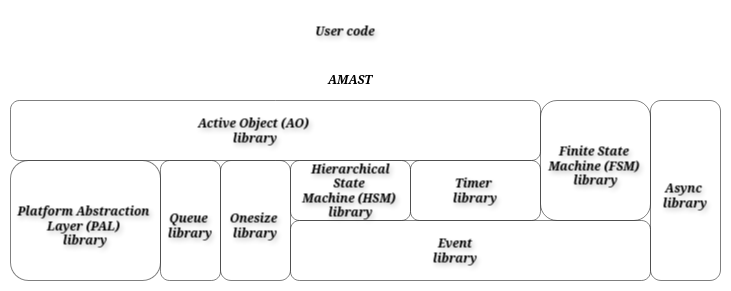
Earlier version of the draw.io export docs/amast-app-diagram.png (adel-mamin/amast). Source tidied: cells renumbered, new cells last; positions are measured from the earlier drawing's top-left corner, leaving out a move shared by most shapes.
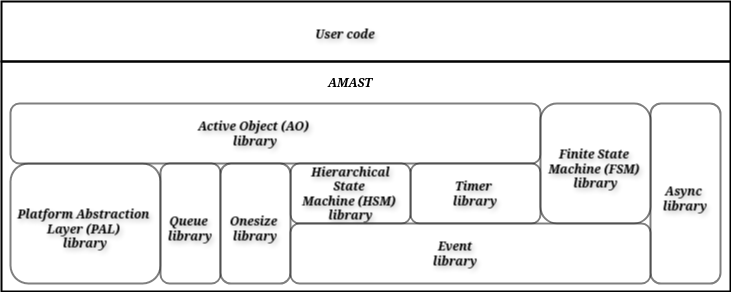
After the commit.

Commit message:
Update the architecture drawing

The edit, as a diff of the source:
```diff
@@ -1,71 +1,71 @@
-<mxGraphModel>
+<mxGraphModel background="light-dark(#FFFFFF,#FFFFFF)">
   <root>
     <mxCell id="0" />
     <mxCell id="1" parent="0" />
-    <mxCell id="2" style="rounded=1;whiteSpace=wrap;html=1;fillColor=light-dark(#FFFFFF,#33FFFF);strokeColor=light-dark(#000000,#000000);fontFamily=Comic Sans MS;fontColor=light-dark(#000000,#000000);textShadow=1;fontStyle=3;fontSize=12;opacity=50;" parent="1" vertex="1">
+    <mxCell id="2" style="rounded=1;whiteSpace=wrap;html=1;fillColor=light-dark(#FFFFFF,#33FFFF);strokeColor=light-dark(#000000,#000000);fontFamily=Comic Sans MS;fontColor=light-dark(#000000,#000000);textShadow=1;fontStyle=3;fontSize=12;opacity=50;strokeWidth=2;" parent="1" vertex="1">
       <mxGeometry x="10" y="160" width="150" height="120" as="geometry" />
     </mxCell>
-    <mxCell id="3" value="&lt;div&gt;Platform Abstraction&amp;nbsp;&lt;/div&gt;&lt;div&gt;Layer (PAL)&amp;nbsp;&lt;/div&gt;&lt;div&gt;library&lt;/div&gt;" style="text;strokeColor=none;align=center;fillColor=none;html=1;verticalAlign=middle;whiteSpace=wrap;rounded=1;fontFamily=Comic Sans MS;fontColor=light-dark(#000000,#000000);textShadow=1;fontStyle=3;fontSize=12;opacity=50;" parent="1" vertex="1">
+    <mxCell id="3" value="&lt;div&gt;Platform Abstraction&amp;nbsp;&lt;/div&gt;&lt;div&gt;Layer (PAL)&amp;nbsp;&lt;/div&gt;&lt;div&gt;library&lt;/div&gt;" style="text;strokeColor=none;align=center;fillColor=none;html=1;verticalAlign=middle;whiteSpace=wrap;rounded=1;fontFamily=Comic Sans MS;fontColor=light-dark(#000000,#000000);textShadow=1;fontStyle=3;fontSize=12;opacity=50;strokeWidth=2;" parent="1" vertex="1">
       <mxGeometry x="10" y="210" width="150" height="30" as="geometry" />
     </mxCell>
-    <mxCell id="4" style="rounded=1;whiteSpace=wrap;html=1;fillColor=light-dark(#FFFFFF,#FF0080);strokeColor=light-dark(#000000,#000000);fontFamily=Comic Sans MS;fontColor=light-dark(#000000,#000000);textShadow=1;fontStyle=3;fontSize=12;opacity=50;" parent="1" vertex="1">
+    <mxCell id="4" style="rounded=1;whiteSpace=wrap;html=1;fillColor=light-dark(#FFFFFF,#FF0080);strokeColor=light-dark(#000000,#000000);fontFamily=Comic Sans MS;fontColor=light-dark(#000000,#000000);textShadow=1;fontStyle=3;fontSize=12;opacity=50;strokeWidth=2;" parent="1" vertex="1">
       <mxGeometry x="10" y="100" width="530" height="60" as="geometry" />
     </mxCell>
-    <mxCell id="5" value="&lt;div&gt;Active Object (AO)&amp;nbsp;&lt;/div&gt;&lt;div&gt;library&lt;/div&gt;" style="text;strokeColor=none;align=center;fillColor=none;html=1;verticalAlign=middle;whiteSpace=wrap;rounded=1;fontFamily=Comic Sans MS;fontColor=light-dark(#000000,#000000);textShadow=1;fontStyle=3;fontSize=12;opacity=50;" parent="1" vertex="1">
+    <mxCell id="5" value="&lt;div&gt;Active Object (AO)&amp;nbsp;&lt;/div&gt;&lt;div&gt;library&lt;/div&gt;" style="text;strokeColor=none;align=center;fillColor=none;html=1;verticalAlign=middle;whiteSpace=wrap;rounded=1;fontFamily=Comic Sans MS;fontColor=light-dark(#000000,#000000);textShadow=1;fontStyle=3;fontSize=12;opacity=50;strokeWidth=2;" parent="1" vertex="1">
       <mxGeometry x="130" y="115" width="250" height="30" as="geometry" />
     </mxCell>
-    <mxCell id="6" style="rounded=1;whiteSpace=wrap;html=1;fillColor=light-dark(#FFFFFF,#F19C99);strokeColor=light-dark(#000000,#000000);fontFamily=Comic Sans MS;fontColor=light-dark(#000000,#000000);textShadow=1;fontStyle=3;fontSize=12;opacity=50;" parent="1" vertex="1">
+    <mxCell id="6" style="rounded=1;whiteSpace=wrap;html=1;fillColor=light-dark(#FFFFFF,#F19C99);strokeColor=light-dark(#000000,#000000);fontFamily=Comic Sans MS;fontColor=light-dark(#000000,#000000);textShadow=1;fontStyle=3;fontSize=12;opacity=50;strokeWidth=2;" parent="1" vertex="1">
       <mxGeometry x="410" y="160" width="130" height="60" as="geometry" />
     </mxCell>
-    <mxCell id="7" value="&lt;div&gt;Timer&amp;nbsp;&lt;/div&gt;&lt;div&gt;library&lt;/div&gt;" style="text;strokeColor=none;align=center;fillColor=none;html=1;verticalAlign=middle;whiteSpace=wrap;rounded=1;fontFamily=Comic Sans MS;fontColor=light-dark(#000000,#000000);textShadow=1;fontStyle=3;fontSize=12;opacity=50;" parent="1" vertex="1">
+    <mxCell id="7" value="&lt;div&gt;Timer&amp;nbsp;&lt;/div&gt;&lt;div&gt;library&lt;/div&gt;" style="text;strokeColor=none;align=center;fillColor=none;html=1;verticalAlign=middle;whiteSpace=wrap;rounded=1;fontFamily=Comic Sans MS;fontColor=light-dark(#000000,#000000);textShadow=1;fontStyle=3;fontSize=12;opacity=50;strokeWidth=2;" parent="1" vertex="1">
       <mxGeometry x="450" y="175" width="50" height="30" as="geometry" />
     </mxCell>
-    <mxCell id="8" style="rounded=1;whiteSpace=wrap;html=1;fillColor=light-dark(#FFFFFF,#E5CCFF);strokeColor=light-dark(#000000,#000000);fontFamily=Comic Sans MS;fontColor=light-dark(#000000,#000000);textShadow=1;fontStyle=3;fontSize=12;opacity=50;" parent="1" vertex="1">
+    <mxCell id="8" style="rounded=1;whiteSpace=wrap;html=1;fillColor=light-dark(#FFFFFF,#E5CCFF);strokeColor=light-dark(#000000,#000000);fontFamily=Comic Sans MS;fontColor=light-dark(#000000,#000000);textShadow=1;fontStyle=3;fontSize=12;opacity=50;strokeWidth=2;" parent="1" vertex="1">
       <mxGeometry x="290" y="160" width="120" height="60" as="geometry" />
     </mxCell>
-    <mxCell id="9" value="&lt;div&gt;Hierarchical State&amp;nbsp;&lt;/div&gt;&lt;div&gt;Machine (HSM)&amp;nbsp;&lt;/div&gt;&lt;div&gt;library&lt;/div&gt;" style="text;strokeColor=none;align=center;fillColor=none;html=1;verticalAlign=middle;whiteSpace=wrap;rounded=1;fontFamily=Comic Sans MS;fontColor=light-dark(#000000,#000000);textShadow=1;fontStyle=3;fontSize=12;opacity=50;" parent="1" vertex="1">
+    <mxCell id="9" value="&lt;div&gt;Hierarchical State&amp;nbsp;&lt;/div&gt;&lt;div&gt;Machine (HSM)&amp;nbsp;&lt;/div&gt;&lt;div&gt;library&lt;/div&gt;" style="text;strokeColor=none;align=center;fillColor=none;html=1;verticalAlign=middle;whiteSpace=wrap;rounded=1;fontFamily=Comic Sans MS;fontColor=light-dark(#000000,#000000);textShadow=1;fontStyle=3;fontSize=12;opacity=50;strokeWidth=2;" parent="1" vertex="1">
       <mxGeometry x="297.5" y="175" width="105" height="30" as="geometry" />
     </mxCell>
-    <mxCell id="10" style="rounded=1;whiteSpace=wrap;html=1;fillColor=light-dark(#FFFFFF,#CDA2BE);strokeColor=light-dark(#000000,#000000);fontFamily=Comic Sans MS;fontColor=light-dark(#000000,#000000);textShadow=1;fontStyle=3;fontSize=12;opacity=50;" parent="1" vertex="1">
+    <mxCell id="10" style="rounded=1;whiteSpace=wrap;html=1;fillColor=light-dark(#FFFFFF,#CDA2BE);strokeColor=light-dark(#000000,#000000);fontFamily=Comic Sans MS;fontColor=light-dark(#000000,#000000);textShadow=1;fontStyle=3;fontSize=12;opacity=50;strokeWidth=2;" parent="1" vertex="1">
       <mxGeometry x="650" y="100" width="70" height="180" as="geometry" />
     </mxCell>
-    <mxCell id="11" value="&lt;div&gt;Async&amp;nbsp;&lt;/div&gt;&lt;div&gt;library&lt;/div&gt;" style="text;strokeColor=none;align=center;fillColor=none;html=1;verticalAlign=middle;whiteSpace=wrap;rounded=1;fontFamily=Comic Sans MS;fontColor=light-dark(#000000,#000000);textShadow=1;fontStyle=3;fontSize=12;opacity=50;" parent="1" vertex="1">
+    <mxCell id="11" value="&lt;div&gt;Async&amp;nbsp;&lt;/div&gt;&lt;div&gt;library&lt;/div&gt;" style="text;strokeColor=none;align=center;fillColor=none;html=1;verticalAlign=middle;whiteSpace=wrap;rounded=1;fontFamily=Comic Sans MS;fontColor=light-dark(#000000,#000000);textShadow=1;fontStyle=3;fontSize=12;opacity=50;strokeWidth=2;" parent="1" vertex="1">
       <mxGeometry x="660" y="180" width="50" height="30" as="geometry" />
     </mxCell>
-    <mxCell id="12" style="rounded=1;whiteSpace=wrap;html=1;fillColor=light-dark(#FFFFFF,#B266FF);strokeColor=light-dark(#000000,#000000);fontFamily=Comic Sans MS;fontColor=light-dark(#000000,#000000);textShadow=1;fontStyle=3;fontSize=12;opacity=50;" parent="1" vertex="1">
+    <mxCell id="12" style="rounded=1;whiteSpace=wrap;html=1;fillColor=light-dark(#FFFFFF,#B266FF);strokeColor=light-dark(#000000,#000000);fontFamily=Comic Sans MS;fontColor=light-dark(#000000,#000000);textShadow=1;fontStyle=3;fontSize=12;opacity=50;strokeWidth=2;" parent="1" vertex="1">
       <mxGeometry x="160" y="160" width="60" height="120" as="geometry" />
     </mxCell>
-    <mxCell id="13" value="&lt;div&gt;Queue&amp;nbsp;&lt;/div&gt;&lt;div&gt;library&lt;/div&gt;" style="text;strokeColor=none;align=center;fillColor=none;html=1;verticalAlign=middle;whiteSpace=wrap;rounded=1;fontFamily=Comic Sans MS;fontColor=light-dark(#000000,#000000);textShadow=1;fontStyle=3;fontSize=12;opacity=50;" parent="1" vertex="1">
+    <mxCell id="13" value="&lt;div&gt;Queue&amp;nbsp;&lt;/div&gt;&lt;div&gt;library&lt;/div&gt;" style="text;strokeColor=none;align=center;fillColor=none;html=1;verticalAlign=middle;whiteSpace=wrap;rounded=1;fontFamily=Comic Sans MS;fontColor=light-dark(#000000,#000000);textShadow=1;fontStyle=3;fontSize=12;opacity=50;strokeWidth=2;" parent="1" vertex="1">
       <mxGeometry x="160" y="210" width="60" height="30" as="geometry" />
     </mxCell>
-    <mxCell id="14" style="rounded=1;whiteSpace=wrap;html=1;fillColor=light-dark(#FFFFFF,#33FF99);strokeColor=light-dark(#000000,#000000);fontFamily=Comic Sans MS;fontColor=light-dark(#000000,#000000);textShadow=1;fontStyle=3;fontSize=12;opacity=50;" parent="1" vertex="1">
+    <mxCell id="14" style="rounded=1;whiteSpace=wrap;html=1;fillColor=light-dark(#FFFFFF,#33FF99);strokeColor=light-dark(#000000,#000000);fontFamily=Comic Sans MS;fontColor=light-dark(#000000,#000000);textShadow=1;fontStyle=3;fontSize=12;opacity=50;strokeWidth=2;" parent="1" vertex="1">
       <mxGeometry x="220" y="160" width="70" height="120" as="geometry" />
     </mxCell>
-    <mxCell id="15" value="&lt;div&gt;Onesize&amp;nbsp;&lt;/div&gt;&lt;div&gt;library &lt;/div&gt;" style="text;strokeColor=none;align=center;fillColor=none;html=1;verticalAlign=middle;whiteSpace=wrap;rounded=1;fontFamily=Comic Sans MS;fontColor=light-dark(#000000,#000000);textShadow=1;fontStyle=3;fontSize=12;opacity=50;" parent="1" vertex="1">
+    <mxCell id="15" value="&lt;div&gt;Onesize&amp;nbsp;&lt;/div&gt;&lt;div&gt;library &lt;/div&gt;" style="text;strokeColor=none;align=center;fillColor=none;html=1;verticalAlign=middle;whiteSpace=wrap;rounded=1;fontFamily=Comic Sans MS;fontColor=light-dark(#000000,#000000);textShadow=1;fontStyle=3;fontSize=12;opacity=50;strokeWidth=2;" parent="1" vertex="1">
       <mxGeometry x="220" y="210" width="70" height="30" as="geometry" />
     </mxCell>
-    <mxCell id="16" style="rounded=1;whiteSpace=wrap;html=1;fillColor=light-dark(#FFFFFF,#CCCC00);strokeColor=light-dark(#000000,#000000);fontFamily=Comic Sans MS;fontColor=light-dark(#000000,#000000);textShadow=1;fontStyle=3;fontSize=12;opacity=50;" parent="1" vertex="1">
+    <mxCell id="16" style="rounded=1;whiteSpace=wrap;html=1;fillColor=light-dark(#FFFFFF,#CCCC00);strokeColor=light-dark(#000000,#000000);fontFamily=Comic Sans MS;fontColor=light-dark(#000000,#000000);textShadow=1;fontStyle=3;fontSize=12;opacity=50;strokeWidth=2;" parent="1" vertex="1">
       <mxGeometry x="540" y="100" width="110" height="120" as="geometry" />
     </mxCell>
-    <mxCell id="17" value="&lt;div&gt;Finite State&amp;nbsp;&lt;/div&gt;&lt;div&gt;Machine (FSM)&amp;nbsp;&lt;/div&gt;&lt;div&gt;library&lt;/div&gt;" style="text;strokeColor=none;align=center;fillColor=light-dark(#FFFFFF,#66FFFF);html=1;verticalAlign=middle;whiteSpace=wrap;rounded=1;fontFamily=Comic Sans MS;fontColor=light-dark(#000000,#000000);textShadow=1;fontStyle=3;fontSize=12;opacity=0;" parent="1" vertex="1">
+    <mxCell id="17" value="&lt;div&gt;Finite State&amp;nbsp;&lt;/div&gt;&lt;div&gt;Machine (FSM)&amp;nbsp;&lt;/div&gt;&lt;div&gt;library&lt;/div&gt;" style="text;strokeColor=none;align=center;fillColor=light-dark(#FFFFFF,#66FFFF);html=1;verticalAlign=middle;whiteSpace=wrap;rounded=1;fontFamily=Comic Sans MS;fontColor=light-dark(#000000,#000000);textShadow=1;fontStyle=3;fontSize=12;opacity=0;strokeWidth=2;" parent="1" vertex="1">
       <mxGeometry x="542.5" y="150" width="105" height="30" as="geometry" />
     </mxCell>
-    <mxCell id="18" style="rounded=0;whiteSpace=wrap;html=1;fillColor=light-dark(#FFFFFF,#A9C4EB);strokeColor=none;fontFamily=Comic Sans MS;fontColor=#000000;textShadow=1;fontStyle=3;fontSize=12;glass=0;" parent="1" vertex="1">
-      <mxGeometry width="730" height="60" as="geometry" />
+    <mxCell id="18" style="rounded=0;whiteSpace=wrap;html=1;fillColor=light-dark(#FFFFFF,#A9C4EB);strokeColor=light-dark(#000000,#000000);fontFamily=Comic Sans MS;fontColor=#000000;textShadow=1;fontStyle=3;fontSize=12;glass=0;strokeWidth=2;" parent="1" vertex="1">
+      <mxGeometry x="1" y="-2" width="729" height="60" as="geometry" />
     </mxCell>
     <mxCell id="19" value="User code" style="text;align=center;html=1;verticalAlign=middle;whiteSpace=wrap;rounded=1;fontFamily=Comic Sans MS;fontColor=light-dark(#000000,#000000);textShadow=1;fontStyle=3;fontSize=12;glass=0;fillColor=none;strokeColor=none;" parent="1" vertex="1">
       <mxGeometry x="290" y="15" width="110" height="30" as="geometry" />
     </mxCell>
-    <mxCell id="20" style="rounded=1;whiteSpace=wrap;html=1;fillColor=light-dark(#FFFFFF,#007FFF);strokeColor=light-dark(#000000,#000000);fontFamily=Comic Sans MS;fontColor=light-dark(#000000,#000000);textShadow=1;fontStyle=3;fontSize=12;opacity=50;" parent="1" vertex="1">
+    <mxCell id="20" style="rounded=1;whiteSpace=wrap;html=1;fillColor=light-dark(#FFFFFF,#007FFF);strokeColor=light-dark(#000000,#000000);fontFamily=Comic Sans MS;fontColor=light-dark(#000000,#000000);textShadow=1;fontStyle=3;fontSize=12;opacity=50;strokeWidth=2;" parent="1" vertex="1">
       <mxGeometry x="290" y="220" width="360" height="60" as="geometry" />
     </mxCell>
-    <mxCell id="21" value="&lt;div&gt;Event&lt;/div&gt;&lt;div&gt;library&lt;/div&gt;" style="text;strokeColor=none;align=center;fillColor=light-dark(#FFFFFF,#007FFF);html=1;verticalAlign=middle;whiteSpace=wrap;rounded=1;fontFamily=Comic Sans MS;fontColor=light-dark(#000000,#000000);textShadow=1;fontStyle=3;fontSize=12;opacity=0;" parent="1" vertex="1">
+    <mxCell id="21" value="&lt;div&gt;Event&lt;/div&gt;&lt;div&gt;library&lt;/div&gt;" style="text;strokeColor=none;align=center;fillColor=light-dark(#FFFFFF,#007FFF);html=1;verticalAlign=middle;whiteSpace=wrap;rounded=1;fontFamily=Comic Sans MS;fontColor=light-dark(#000000,#000000);textShadow=1;fontStyle=3;fontSize=12;opacity=0;strokeWidth=2;" parent="1" vertex="1">
       <mxGeometry x="430" y="235" width="50" height="30" as="geometry" />
     </mxCell>
-    <mxCell id="22" style="rounded=0;whiteSpace=wrap;html=1;opacity=0;fillColor=light-dark(#FFFFFF,#6EEBE6);strokeColor=light-dark(#000000,#000000);" parent="1" vertex="1">
-      <mxGeometry y="60" width="730" height="230" as="geometry" />
+    <mxCell id="22" style="rounded=0;whiteSpace=wrap;html=1;fillColor=none;strokeColor=light-dark(#000000,#000000);strokeWidth=2;" parent="1" vertex="1">
+      <mxGeometry x="1" y="58" width="729" height="230" as="geometry" />
     </mxCell>
-    <mxCell id="23" value="AMAST" style="text;strokeColor=none;align=center;fillColor=none;html=1;verticalAlign=middle;whiteSpace=wrap;rounded=0;fontStyle=3;fontFamily=Comic Sans MS;fontColor=light-dark(#000000,#A6A6A6);" parent="1" vertex="1">
+    <mxCell id="23" value="AMAST" style="text;strokeColor=none;align=center;fillColor=none;html=1;verticalAlign=middle;whiteSpace=wrap;rounded=0;fontStyle=3;fontFamily=Comic Sans MS;fontColor=light-dark(#000000,#000000);" parent="1" vertex="1">
       <mxGeometry x="320" y="64" width="60" height="30" as="geometry" />
     </mxCell>
   </root>
```
